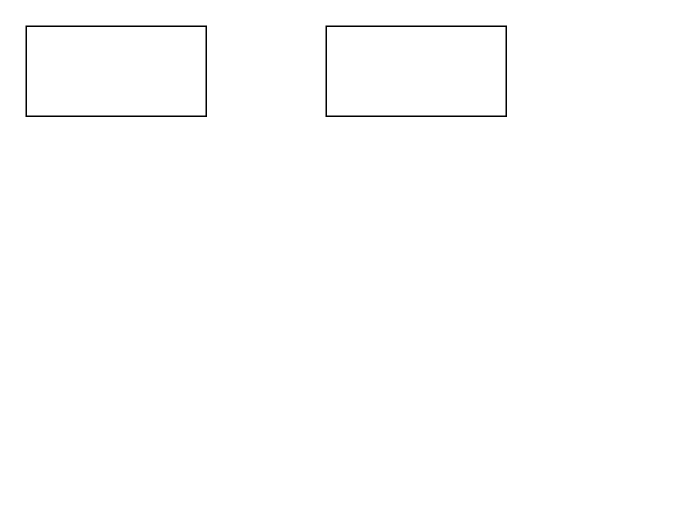
Before: Untitled Diagram.drawio in YIMEng-0/JavaPlus, a draw.io diagram. Source tidied: cells renumbered, new cells numbered last; positions are measured from the earlier drawing's top-left corner, leaving out a move shared by most shapes. Both pictures are drawn from the tidied source at 150%, with x=0, y=0 at pixel (26, 26).
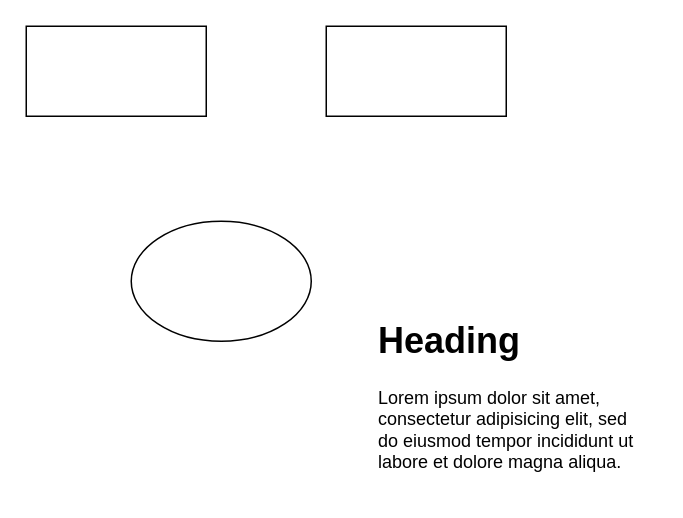
Above is the later version.

What changed in the source:
```diff
@@
 <mxGraphModel>
   <root>
     <mxCell id="0" />
     <mxCell id="1" parent="0" />
     <mxCell id="2" style="rounded=0;whiteSpace=wrap;html=1;" parent="1" vertex="1">
       <mxGeometry width="120" height="60" as="geometry" />
     </mxCell>
     <mxCell id="3" style="rounded=0;whiteSpace=wrap;html=1;" parent="1" vertex="1">
       <mxGeometry x="200" width="120" height="60" as="geometry" />
     </mxCell>
+    <mxCell id="4" style="ellipse;whiteSpace=wrap;html=1;" parent="1" vertex="1">
+      <mxGeometry x="70" y="130" width="120" height="80" as="geometry" />
+    </mxCell>
+    <mxCell id="5" value="&lt;h1&gt;Heading&lt;/h1&gt;&lt;p&gt;Lorem ipsum dolor sit amet, consectetur adipisicing elit, sed do eiusmod tempor incididunt ut labore et dolore magna aliqua.&lt;/p&gt;" style="text;html=1;strokeColor=none;fillColor=none;spacing=5;spacingTop=-20;whiteSpace=wrap;overflow=hidden;rounded=0;" parent="1" vertex="1">
+      <mxGeometry x="230" y="190" width="190" height="120" as="geometry" />
+    </mxCell>
   </root>
 </mxGraphModel>
```
